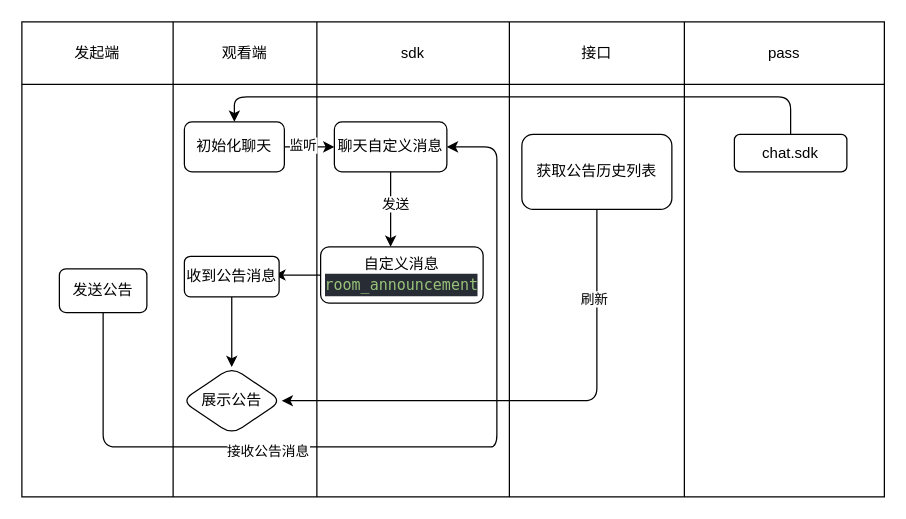
Above: src/packages/notice-column/src/doc/notice.drawio in github-zoqg/vhall-platform (draw.io), before the change. Source tidied: cells renumbered, new cells numbered last; positions are measured from the earlier drawing's top-left corner, leaving out a move shared by most shapes. Both pictures are drawn from the tidied source at 125%, with x=0, y=0 at pixel (21, 21).
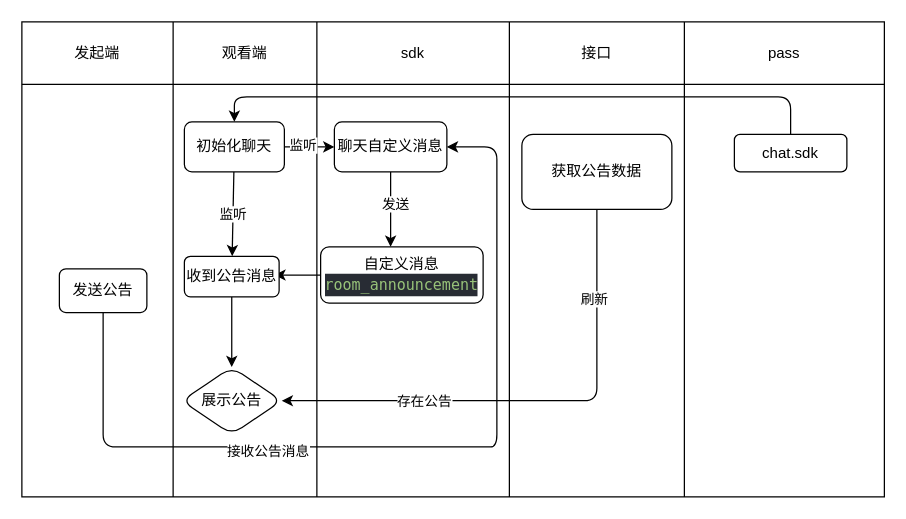
The same diagram, later.

Unchanged cells that the change refers to:
```xml
<mxCell id="20" value="初始化聊天" style="rounded=1;whiteSpace=wrap;html=1;shadow=0;" parent="1" vertex="1">
  <mxGeometry x="130" y="80" width="80" height="40" as="geometry" />
</mxCell>
<mxCell id="29" value="收到公告消息" style="rounded=1;whiteSpace=wrap;html=1;shadow=0;" parent="1" vertex="1">
  <mxGeometry x="130" y="187.5" width="75.8" height="32.5" as="geometry" />
</mxCell>
<mxCell id="31" style="edgeStyle=none;html=1;" parent="1" edge="1" source="33" target="30">
  <mxGeometry relative="1" as="geometry">
    <Array as="points">
      <mxPoint x="460" y="303" />
    </Array>
  </mxGeometry>
</mxCell>
```

What changed in the source:
```diff
@@
+    <mxCell id="34" value="监听" style="edgeStyle=none;html=1;" parent="1" edge="1" source="20" target="29">
+      <mxGeometry relative="1" as="geometry" />
+    </mxCell>
@@
+    <mxCell id="35" value="存在公告" style="edgeLabel;html=1;align=center;verticalAlign=middle;" parent="31" vertex="1">
+      <mxGeometry x="0.44" relative="1" as="geometry" />
+    </mxCell>
-    <mxCell id="33" value="获取公告历史列表" style="rounded=1;whiteSpace=wrap;html=1;shadow=0;" parent="1" vertex="1">
+    <mxCell id="33" value="获取公告数据" style="rounded=1;whiteSpace=wrap;html=1;shadow=0;" parent="1" vertex="1">
       <mxGeometry x="400" y="90" width="120" height="60" as="geometry" />
     </mxCell>
```
